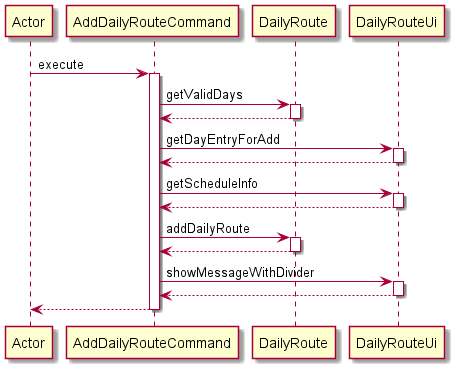
Earlier version of the PlantUML export docs/addday.png (nus-cs2113-AY2021S2/tp). Its diagram source:
```plantuml
@startuml
participant Actor
Actor -> AddDailyRouteCommand : execute
activate AddDailyRouteCommand
AddDailyRouteCommand -> DailyRoute : getValidDays
activate DailyRoute
return
deactivate DailyRoute
AddDailyRouteCommand -> DailyRouteUi : getDayEntryForAdd
activate DailyRouteUi
return
deactivate DailyRouteUi

AddDailyRouteCommand -> DailyRouteUi : getScheduleInfo
activate DailyRouteUi
return
deactivate DailyRouteUi

AddDailyRouteCommand -> DailyRoute : addDailyRoute
activate DailyRoute
DailyRoute --> AddDailyRouteCommand
deactivate DailyRoute

AddDailyRouteCommand -> DailyRouteUi: showMessageWithDivider
activate DailyRouteUi
return
deactivate DailyRouteUi
AddDailyRouteCommand --> Actor
deactivate AddDailyRouteCommand
@enduml
```
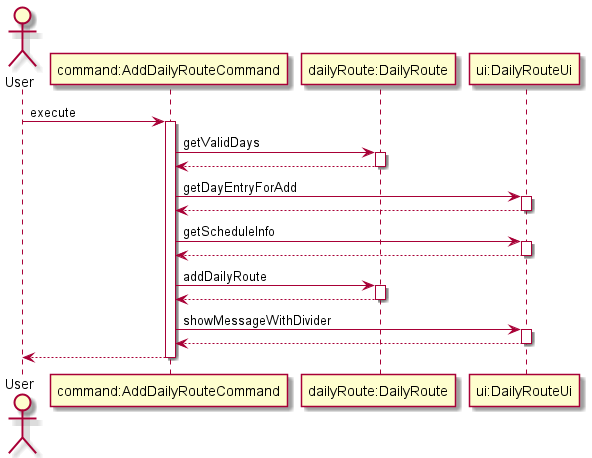
After the change.

Diff of the diagram source:
```diff
@@ -1,30 +1,31 @@
 @startuml
-participant Actor
-Actor -> AddDailyRouteCommand : execute
-activate AddDailyRouteCommand
-AddDailyRouteCommand -> DailyRoute : getValidDays
-activate DailyRoute
+actor User
+User -> "command:AddDailyRouteCommand" : execute
+activate "command:AddDailyRouteCommand"
+"command:AddDailyRouteCommand" -> "dailyRoute:DailyRoute" : getValidDays
+activate "dailyRoute:DailyRoute"
 return
-deactivate DailyRoute
-AddDailyRouteCommand -> DailyRouteUi : getDayEntryForAdd
-activate DailyRouteUi
+deactivate "dailyRoute:DailyRoute"
+"command:AddDailyRouteCommand" -> "ui:DailyRouteUi" : getDayEntryForAdd
+activate "ui:DailyRouteUi"
 return
-deactivate DailyRouteUi
+deactivate "ui:DailyRouteUi"
 
-AddDailyRouteCommand -> DailyRouteUi : getScheduleInfo
-activate DailyRouteUi
+"command:AddDailyRouteCommand" -> "ui:DailyRouteUi" : getScheduleInfo
+activate "ui:DailyRouteUi"
 return
-deactivate DailyRouteUi
+deactivate "ui:DailyRouteUi"
 
-AddDailyRouteCommand -> DailyRoute : addDailyRoute
-activate DailyRoute
-DailyRoute --> AddDailyRouteCommand
-deactivate DailyRoute
+"command:AddDailyRouteCommand" -> "dailyRoute:DailyRoute" : addDailyRoute
+activate "dailyRoute:DailyRoute"
+"dailyRoute:DailyRoute" --> "command:AddDailyRouteCommand"
+deactivate "dailyRoute:DailyRoute"
 
-AddDailyRouteCommand -> DailyRouteUi: showMessageWithDivider
-activate DailyRouteUi
+"command:AddDailyRouteCommand" -> "ui:DailyRouteUi": showMessageWithDivider
+activate "ui:DailyRouteUi"
 return
-deactivate DailyRouteUi
-AddDailyRouteCommand --> Actor
-deactivate AddDailyRouteCommand
+deactivate "ui:DailyRouteUi"
+"command:AddDailyRouteCommand" --> User
+deactivate "command:AddDailyRouteCommand"
+
 @enduml
```
